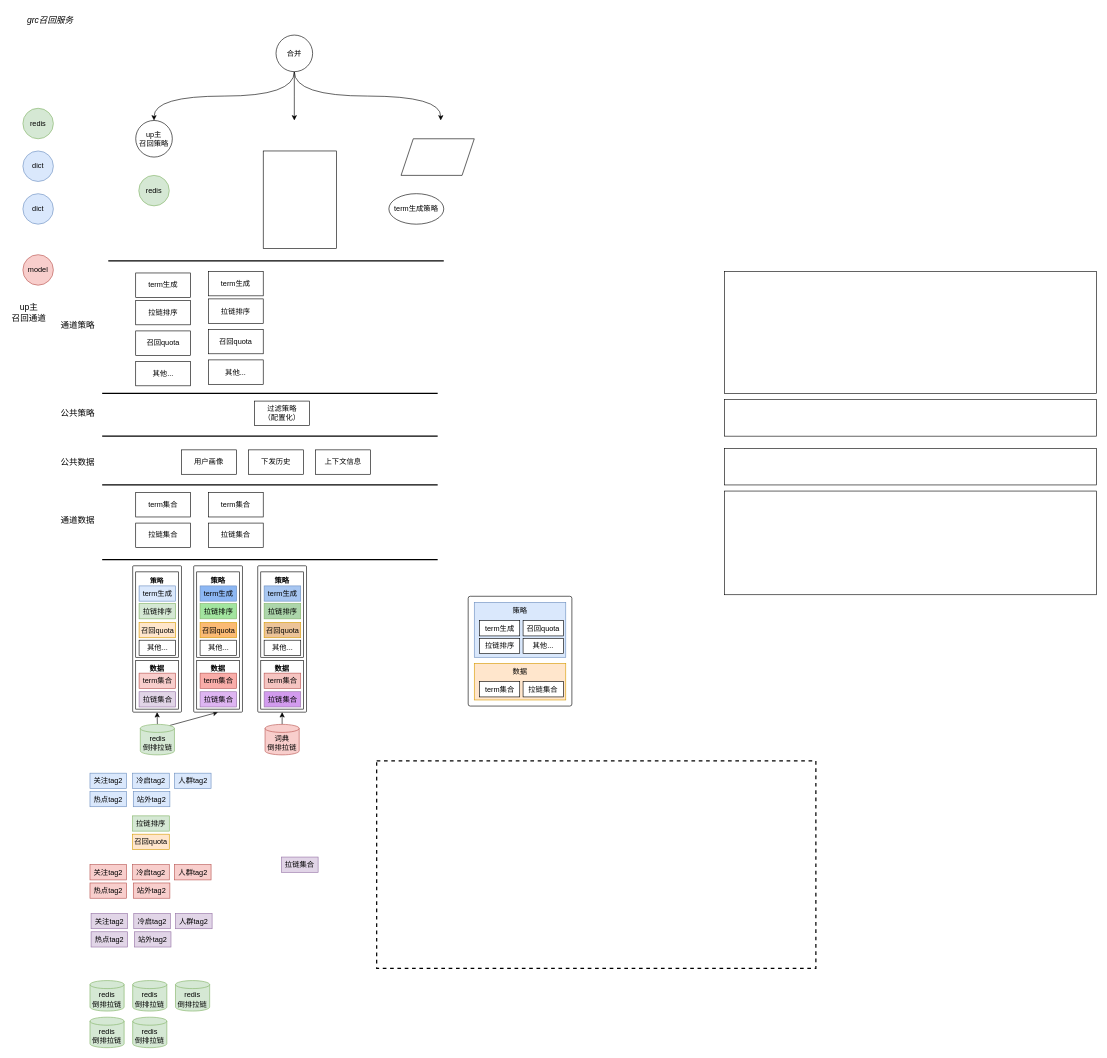
Before: page "单召回源通道框架" (1 of 2) of multi-source-recall.drawio in yantao006/draw_io, a draw.io diagram. Source tidied: cells renumbered, new cells numbered last; positions are measured from the earlier drawing's top-left corner, leaving out a move shared by most shapes. Both pictures are drawn from the tidied source at 61%, with x=0, y=0 at pixel (10, 10).
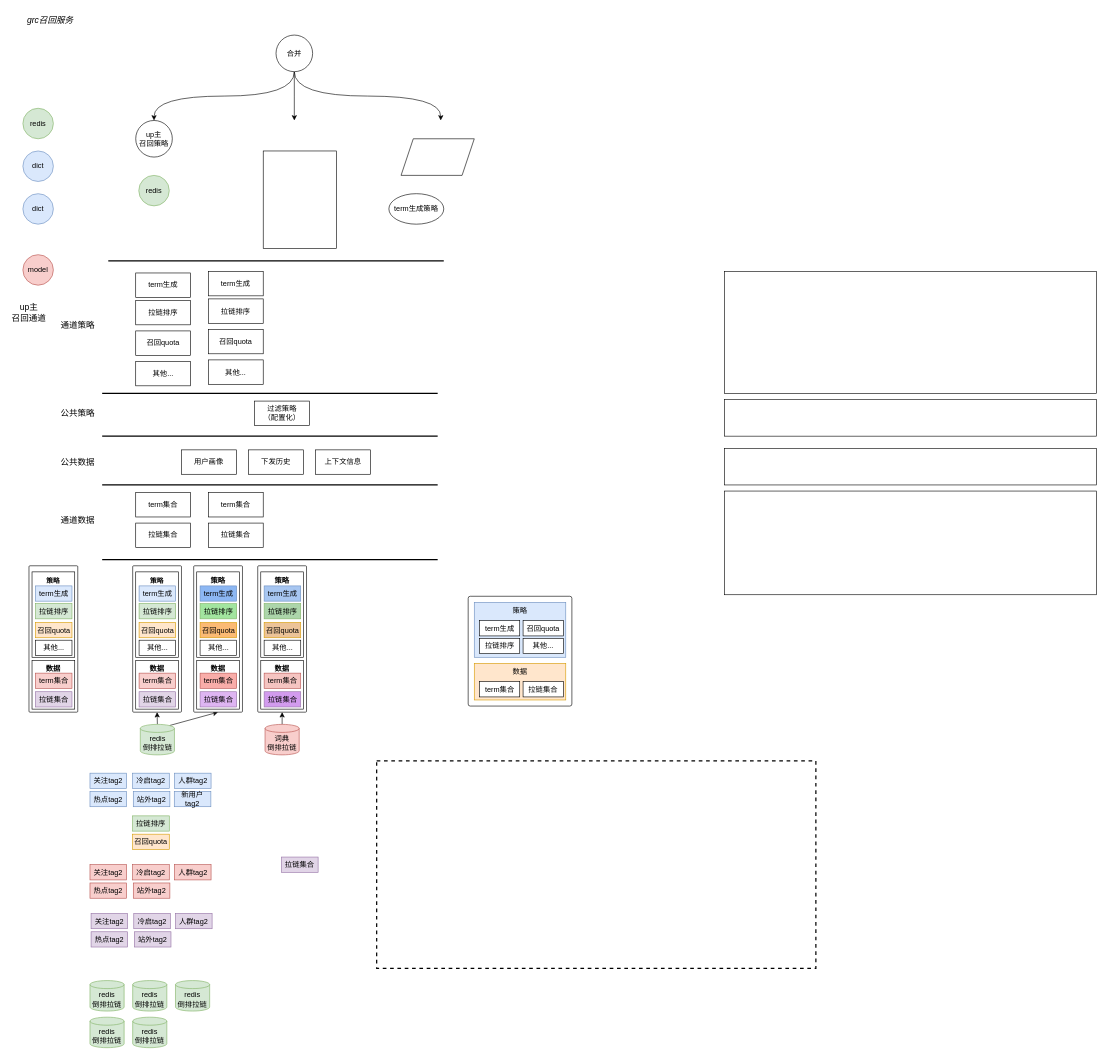
Above is the later version.

What changed in the source:
```diff
@@
+    <mxCell id="114" style="rounded=1;whiteSpace=wrap;html=1;arcSize=2;" parent="1" vertex="1">
+      <mxGeometry x="30" y="910" width="80" height="240" as="geometry" />
+    </mxCell>
+    <mxCell id="115" value="&lt;b&gt;数据&lt;/b&gt;" style="rounded=0;whiteSpace=wrap;html=1;verticalAlign=top;" parent="1" vertex="1">
+      <mxGeometry x="35" y="1065" width="70" height="80" as="geometry" />
+    </mxCell>
+    <mxCell id="116" value="term集合" style="rounded=0;whiteSpace=wrap;html=1;fillColor=#f8cecc;strokeColor=#b85450;" parent="1" vertex="1">
+      <mxGeometry x="40.5" y="1086" width="60" height="25" as="geometry" />
+    </mxCell>
+    <mxCell id="117" value="拉链集合" style="rounded=0;whiteSpace=wrap;html=1;fillColor=#e1d5e7;strokeColor=#9673a6;" parent="1" vertex="1">
+      <mxGeometry x="40.5" y="1116.5" width="60" height="25" as="geometry" />
+    </mxCell>
+    <mxCell id="118" value="&lt;b&gt;&lt;font style=&quot;font-size: 11px;&quot;&gt;策略&lt;/font&gt;&lt;/b&gt;" style="rounded=0;whiteSpace=wrap;html=1;verticalAlign=top;" parent="1" vertex="1">
+      <mxGeometry x="35" y="920" width="70" height="140" as="geometry" />
+    </mxCell>
+    <mxCell id="119" value="term生成" style="rounded=0;whiteSpace=wrap;html=1;fillColor=#dae8fc;strokeColor=#6c8ebf;" parent="1" vertex="1">
+      <mxGeometry x="40.5" y="943" width="60" height="25" as="geometry" />
+    </mxCell>
+    <mxCell id="120" value="拉链排序" style="rounded=0;whiteSpace=wrap;html=1;fillColor=#d5e8d4;strokeColor=#82b366;" parent="1" vertex="1">
+      <mxGeometry x="40.5" y="972" width="60" height="25" as="geometry" />
+    </mxCell>
+    <mxCell id="121" value="召回quota" style="rounded=0;whiteSpace=wrap;html=1;fillColor=#ffe6cc;strokeColor=#d79b00;" parent="1" vertex="1">
+      <mxGeometry x="40.5" y="1003" width="60" height="25" as="geometry" />
+    </mxCell>
+    <mxCell id="122" value="其他..." style="rounded=0;whiteSpace=wrap;html=1;" parent="1" vertex="1">
+      <mxGeometry x="40.5" y="1032" width="60" height="25" as="geometry" />
+    </mxCell>
+    <mxCell id="123" value="新用户tag2" style="rounded=0;whiteSpace=wrap;html=1;fillColor=#dae8fc;strokeColor=#6c8ebf;" parent="1" vertex="1">
+      <mxGeometry x="268.2" y="1280" width="60" height="25" as="geometry" />
+    </mxCell>
```
